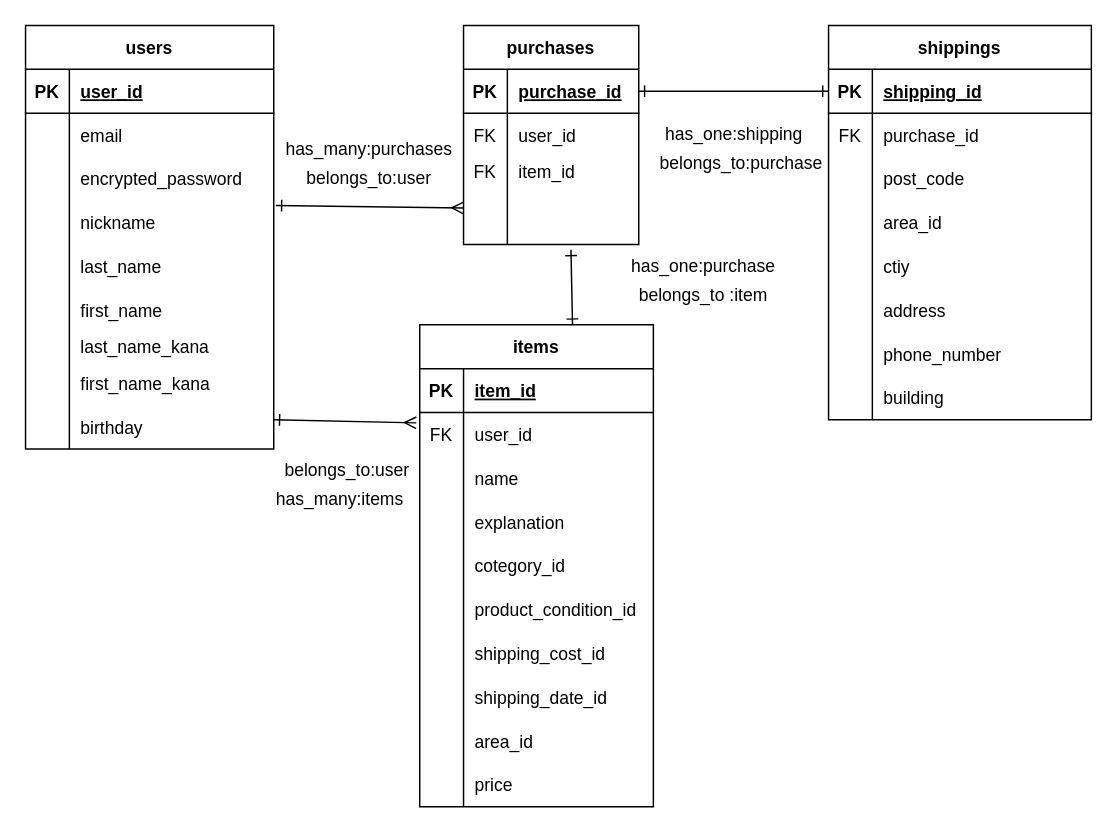
karen0622/furima-41460 keeps this draw.io diagram as app/views/test.dio. Above is the earlier version. Source tidied: cells renumbered, new cells numbered last; positions are measured from the earlier drawing's top-left corner, leaving out a move shared by most shapes. Both pictures are drawn from the tidied source at 146%, with x=0, y=0 at pixel (25, 25).
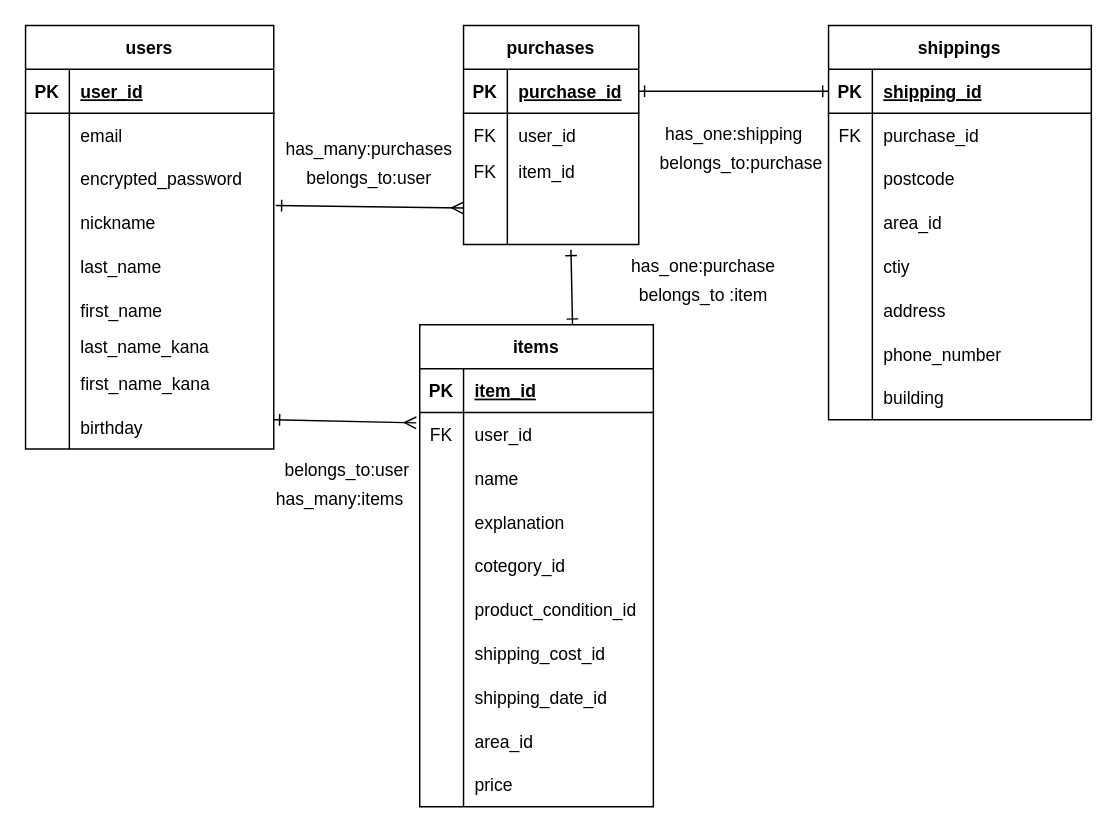
The same page after the edit.

The change refers to these unchanged cells:
```xml
<mxCell id="84" style="shape=tableRow;horizontal=0;startSize=0;swimlaneHead=0;swimlaneBody=0;fillColor=none;top=0;left=0;right=0;bottom=0;" parent="77" vertex="1">
  <mxGeometry y="90" width="180" height="30" as="geometry" />
</mxCell>
```

Change to the diagram source:
```diff
@@
-    <mxCell id="86" value="post_code" style="shape=partialRectangle;fillColor=none;top=0;left=0;bottom=0;right=0;align=left;spacingLeft=6;overflow=hidden;" parent="84" vertex="1">
+    <mxCell id="86" value="postcode" style="shape=partialRectangle;fillColor=none;top=0;left=0;bottom=0;right=0;align=left;spacingLeft=6;overflow=hidden;" parent="84" vertex="1">
       <mxGeometry x="30" width="150" height="30" as="geometry" />
     </mxCell>
```
